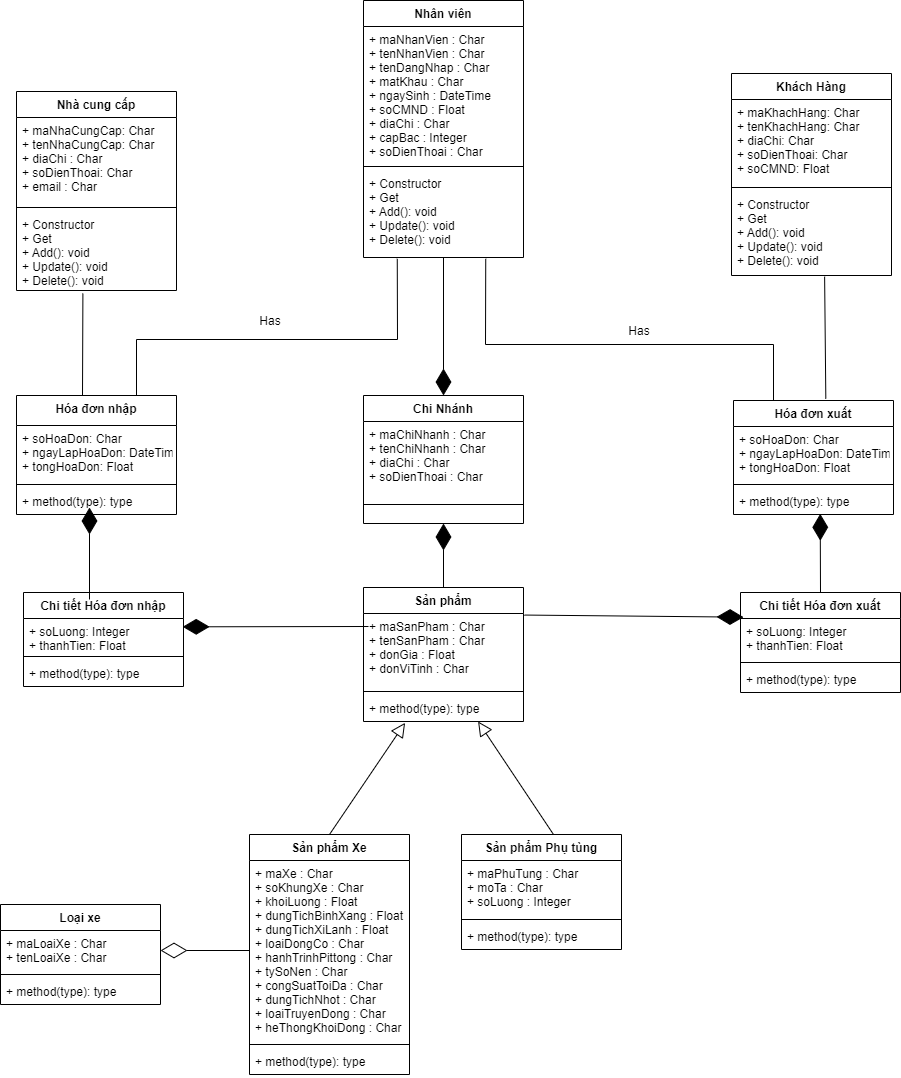
ChauCongTu/thiet-ke-linh-tinh keeps this draw.io diagram as Sơ Đồ Class.png. Above is the earlier version. Source tidied: cells renumbered, new cells last; positions are measured from the earlier drawing's top-left corner, leaving out a move shared by most shapes.
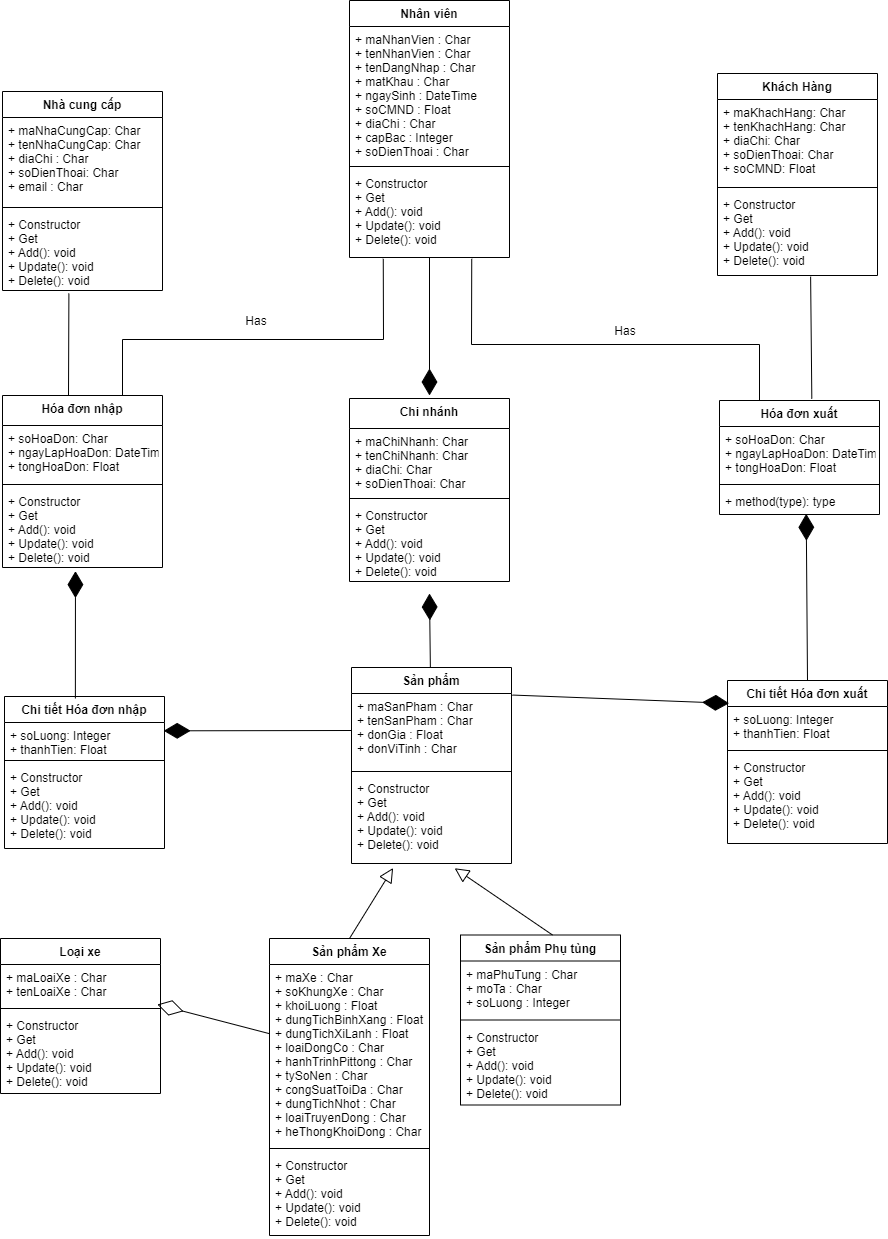
After the commit.

Commit message:
Cập nhật Sơ Đồ Class.png

Change to the diagram source:
```diff
@@ -2,15 +2,6 @@
   <root>
     <mxCell id="0" />
     <mxCell id="1" parent="0" />
-    <mxCell id="2" value="Chi Nhánh" style="swimlane;fontStyle=1;align=center;verticalAlign=top;horizontal=1;startSize=26;" parent="1" vertex="1">
-      <mxGeometry x="363" y="395" width="160" height="128" as="geometry" />
-    </mxCell>
-    <mxCell id="3" value="+ maChiNhanh : Char&#10;+ tenChiNhanh : Char&#10;+ diaChi : Char&#10;+ soDienThoai : Char" style="text;strokeColor=none;fillColor=none;align=left;verticalAlign=top;spacingLeft=4;spacingRight=4;overflow=hidden;" parent="2" vertex="1">
-      <mxGeometry y="26" width="160" height="64" as="geometry" />
-    </mxCell>
-    <mxCell id="4" style="line;strokeWidth=1;fillColor=none;align=left;verticalAlign=middle;spacingTop=-1;spacingLeft=3;spacingRight=3;labelPosition=right;strokeColor=inherit;" parent="2" vertex="1">
-      <mxGeometry y="90" width="160" height="38" as="geometry" />
-    </mxCell>
     <mxCell id="5" value="Khách Hàng" style="swimlane;fontStyle=1;align=center;verticalAlign=top;horizontal=1;startSize=26;" parent="1" vertex="1">
       <mxGeometry x="731" y="73" width="160" height="202" as="geometry" />
     </mxCell>
@@ -36,7 +27,7 @@
       <mxGeometry y="120" width="160" height="79" as="geometry" />
     </mxCell>
     <mxCell id="13" value="Hóa đơn nhập" style="swimlane;fontStyle=1;align=center;verticalAlign=top;horizontal=1;startSize=30;" parent="1" vertex="1">
-      <mxGeometry x="16" y="395" width="160" height="119" as="geometry" />
+      <mxGeometry x="16" y="395" width="160" height="172" as="geometry" />
     </mxCell>
     <mxCell id="14" value="+ soHoaDon: Char&#10;+ ngayLapHoaDon: DateTime&#10;+ tongHoaDon: Float" style="text;strokeColor=none;fillColor=none;align=left;verticalAlign=top;spacingLeft=4;spacingRight=4;overflow=hidden;" parent="13" vertex="1">
       <mxGeometry y="30" width="160" height="55" as="geometry" />
@@ -44,8 +35,8 @@
     <mxCell id="15" style="line;strokeWidth=1;fillColor=none;align=left;verticalAlign=middle;spacingTop=-1;spacingLeft=3;spacingRight=3;labelPosition=right;strokeColor=inherit;" parent="13" vertex="1">
       <mxGeometry y="85" width="160" height="8" as="geometry" />
     </mxCell>
-    <mxCell id="16" value="+ method(type): type" style="text;strokeColor=none;fillColor=none;align=left;verticalAlign=top;spacingLeft=4;spacingRight=4;overflow=hidden;points=[[0,0.5],[1,0.5]];portConstraint=eastwest;" parent="13" vertex="1">
-      <mxGeometry y="93" width="160" height="26" as="geometry" />
+    <mxCell id="16" value="+ Constructor&#10;+ Get&#10;+ Add(): void&#10;+ Update(): void&#10;+ Delete(): void" style="text;strokeColor=none;fillColor=none;align=left;verticalAlign=top;spacingLeft=4;spacingRight=4;overflow=hidden;points=[[0,0.5],[1,0.5]];portConstraint=eastwest;" parent="13" vertex="1">
+      <mxGeometry y="93" width="160" height="79" as="geometry" />
     </mxCell>
     <mxCell id="17" value="Nhân viên" style="swimlane;fontStyle=1;align=center;verticalAlign=top;horizontal=1;startSize=26;" parent="1" vertex="1">
       <mxGeometry x="363" width="160" height="257" as="geometry" />
@@ -60,7 +51,7 @@
       <mxGeometry y="170" width="160" height="87" as="geometry" />
     </mxCell>
     <mxCell id="21" value="Loại xe" style="swimlane;fontStyle=1;align=center;verticalAlign=top;horizontal=1;startSize=26;" parent="1" vertex="1">
-      <mxGeometry y="904" width="160" height="100" as="geometry" />
+      <mxGeometry x="14" y="938" width="160" height="155" as="geometry" />
     </mxCell>
     <mxCell id="22" value="+ maLoaiXe : Char&#10;+ tenLoaiXe : Char" style="text;strokeColor=none;fillColor=none;align=left;verticalAlign=top;spacingLeft=4;spacingRight=4;overflow=hidden;points=[[0,0.5],[1,0.5]];portConstraint=eastwest;" parent="21" vertex="1">
       <mxGeometry y="26" width="160" height="40" as="geometry" />
@@ -68,11 +59,11 @@
     <mxCell id="23" style="line;strokeWidth=1;fillColor=none;align=left;verticalAlign=middle;spacingTop=-1;spacingLeft=3;spacingRight=3;labelPosition=right;strokeColor=inherit;" parent="21" vertex="1">
       <mxGeometry y="66" width="160" height="8" as="geometry" />
     </mxCell>
-    <mxCell id="24" value="+ method(type): type" style="text;strokeColor=none;fillColor=none;align=left;verticalAlign=top;spacingLeft=4;spacingRight=4;overflow=hidden;" parent="21" vertex="1">
-      <mxGeometry y="74" width="160" height="26" as="geometry" />
+    <mxCell id="24" value="+ Constructor&#10;+ Get&#10;+ Add(): void&#10;+ Update(): void&#10;+ Delete(): void" style="text;strokeColor=none;fillColor=none;align=left;verticalAlign=top;spacingLeft=4;spacingRight=4;overflow=hidden;" parent="21" vertex="1">
+      <mxGeometry y="74" width="160" height="81" as="geometry" />
     </mxCell>
     <mxCell id="25" value="Sản phẩm Phụ tùng" style="swimlane;fontStyle=1;align=center;verticalAlign=top;horizontal=1;startSize=26;" parent="1" vertex="1">
-      <mxGeometry x="461" y="834" width="160" height="115" as="geometry" />
+      <mxGeometry x="474" y="934.5" width="160" height="170" as="geometry" />
     </mxCell>
     <mxCell id="26" value="+ maPhuTung : Char&#10;+ moTa : Char&#10;+ soLuong : Integer" style="text;strokeColor=none;fillColor=none;align=left;verticalAlign=top;spacingLeft=4;spacingRight=4;overflow=hidden;" parent="25" vertex="1">
       <mxGeometry y="26" width="160" height="55" as="geometry" />
@@ -80,11 +71,11 @@
     <mxCell id="27" style="line;strokeWidth=1;fillColor=none;align=left;verticalAlign=middle;spacingTop=-1;spacingLeft=3;spacingRight=3;labelPosition=right;strokeColor=inherit;" parent="25" vertex="1">
       <mxGeometry y="81" width="160" height="8" as="geometry" />
     </mxCell>
-    <mxCell id="28" value="+ method(type): type" style="text;strokeColor=none;fillColor=none;align=left;verticalAlign=top;spacingLeft=4;spacingRight=4;overflow=hidden;" parent="25" vertex="1">
-      <mxGeometry y="89" width="160" height="26" as="geometry" />
+    <mxCell id="28" value="+ Constructor&#10;+ Get&#10;+ Add(): void&#10;+ Update(): void&#10;+ Delete(): void" style="text;strokeColor=none;fillColor=none;align=left;verticalAlign=top;spacingLeft=4;spacingRight=4;overflow=hidden;" parent="25" vertex="1">
+      <mxGeometry y="89" width="160" height="81" as="geometry" />
     </mxCell>
     <mxCell id="29" value="Sản phẩm Xe" style="swimlane;fontStyle=1;align=center;verticalAlign=top;horizontal=1;startSize=26;" parent="1" vertex="1">
-      <mxGeometry x="249" y="834" width="160" height="240" as="geometry" />
+      <mxGeometry x="283" y="938" width="160" height="297" as="geometry" />
     </mxCell>
     <mxCell id="30" value="+ maXe : Char&#10;+ soKhungXe : Char&#10;+ khoiLuong : Float&#10;+ dungTichBinhXang : Float&#10;+ dungTichXiLanh : Float&#10;+ loaiDongCo : Char&#10;+ hanhTrinhPittong : Char&#10;+ tySoNen : Char&#10;+ congSuatToiDa : Char&#10;+ dungTichNhot : Char&#10;+ loaiTruyenDong : Char&#10;+ heThongKhoiDong : Char" style="text;strokeColor=none;fillColor=none;align=left;verticalAlign=top;spacingLeft=4;spacingRight=4;overflow=hidden;points=[[0,0.5],[1,0.5]];portConstraint=eastwest;" parent="29" vertex="1">
       <mxGeometry y="26" width="160" height="180" as="geometry" />
@@ -92,11 +83,11 @@
     <mxCell id="31" style="line;strokeWidth=1;fillColor=none;align=left;verticalAlign=middle;spacingTop=-1;spacingLeft=3;spacingRight=3;labelPosition=right;strokeColor=inherit;" parent="29" vertex="1">
       <mxGeometry y="206" width="160" height="8" as="geometry" />
     </mxCell>
-    <mxCell id="32" value="+ method(type): type" style="text;strokeColor=none;fillColor=none;align=left;verticalAlign=top;spacingLeft=4;spacingRight=4;overflow=hidden;" parent="29" vertex="1">
-      <mxGeometry y="214" width="160" height="26" as="geometry" />
+    <mxCell id="32" value="+ Constructor&#10;+ Get&#10;+ Add(): void&#10;+ Update(): void&#10;+ Delete(): void" style="text;strokeColor=none;fillColor=none;align=left;verticalAlign=top;spacingLeft=4;spacingRight=4;overflow=hidden;" parent="29" vertex="1">
+      <mxGeometry y="214" width="160" height="83" as="geometry" />
     </mxCell>
     <mxCell id="33" value="Sản phẩm" style="swimlane;fontStyle=1;align=center;verticalAlign=top;horizontal=1;startSize=26;" parent="1" vertex="1">
-      <mxGeometry x="363" y="587" width="160" height="134" as="geometry" />
+      <mxGeometry x="365" y="667" width="160" height="196" as="geometry" />
     </mxCell>
     <mxCell id="34" value="+ maSanPham : Char&#10;+ tenSanPham : Char&#10;+ donGia : Float&#10;+ donViTinh : Char" style="text;strokeColor=none;fillColor=none;align=left;verticalAlign=top;spacingLeft=4;spacingRight=4;overflow=hidden;points=[[0,0.5],[1,0.5]];portConstraint=eastwest;" parent="33" vertex="1">
       <mxGeometry y="26" width="160" height="74" as="geometry" />
@@ -104,11 +95,11 @@
     <mxCell id="35" style="line;strokeWidth=1;fillColor=none;align=left;verticalAlign=middle;spacingTop=-1;spacingLeft=3;spacingRight=3;labelPosition=right;strokeColor=inherit;" parent="33" vertex="1">
       <mxGeometry y="100" width="160" height="8" as="geometry" />
     </mxCell>
-    <mxCell id="36" value="+ method(type): type" style="text;strokeColor=none;fillColor=none;align=left;verticalAlign=top;spacingLeft=4;spacingRight=4;overflow=hidden;points=[[0,0.5],[1,0.5]];portConstraint=eastwest;" parent="33" vertex="1">
-      <mxGeometry y="108" width="160" height="26" as="geometry" />
+    <mxCell id="36" value="+ Constructor&#10;+ Get&#10;+ Add(): void&#10;+ Update(): void&#10;+ Delete(): void" style="text;strokeColor=none;fillColor=none;align=left;verticalAlign=top;spacingLeft=4;spacingRight=4;overflow=hidden;points=[[0,0.5],[1,0.5]];portConstraint=eastwest;" parent="33" vertex="1">
+      <mxGeometry y="108" width="160" height="88" as="geometry" />
     </mxCell>
     <mxCell id="37" value="Chi tiết Hóa đơn xuất" style="swimlane;fontStyle=1;align=center;verticalAlign=top;horizontal=1;startSize=26;" parent="1" vertex="1">
-      <mxGeometry x="740" y="592" width="160" height="100" as="geometry" />
+      <mxGeometry x="741" y="680" width="160" height="163" as="geometry" />
     </mxCell>
     <mxCell id="38" value="+ soLuong: Integer&#10;+ thanhTien: Float" style="text;strokeColor=none;fillColor=none;align=left;verticalAlign=top;spacingLeft=4;spacingRight=4;overflow=hidden;" parent="37" vertex="1">
       <mxGeometry y="26" width="160" height="40" as="geometry" />
@@ -116,11 +107,11 @@
     <mxCell id="39" style="line;strokeWidth=1;fillColor=none;align=left;verticalAlign=middle;spacingTop=-1;spacingLeft=3;spacingRight=3;labelPosition=right;strokeColor=inherit;" parent="37" vertex="1">
       <mxGeometry y="66" width="160" height="8" as="geometry" />
     </mxCell>
-    <mxCell id="40" value="+ method(type): type" style="text;strokeColor=none;fillColor=none;align=left;verticalAlign=top;spacingLeft=4;spacingRight=4;overflow=hidden;" parent="37" vertex="1">
-      <mxGeometry y="74" width="160" height="26" as="geometry" />
+    <mxCell id="40" value="+ Constructor&#10;+ Get&#10;+ Add(): void&#10;+ Update(): void&#10;+ Delete(): void" style="text;strokeColor=none;fillColor=none;align=left;verticalAlign=top;spacingLeft=4;spacingRight=4;overflow=hidden;" parent="37" vertex="1">
+      <mxGeometry y="74" width="160" height="89" as="geometry" />
     </mxCell>
     <mxCell id="41" value="Chi tiết Hóa đơn nhập" style="swimlane;fontStyle=1;align=center;verticalAlign=top;horizontal=1;startSize=26;" parent="1" vertex="1">
-      <mxGeometry x="23" y="592" width="160" height="94" as="geometry" />
+      <mxGeometry x="18" y="696" width="160" height="152" as="geometry" />
     </mxCell>
     <mxCell id="42" value="+ soLuong: Integer&#10;+ thanhTien: Float" style="text;strokeColor=none;fillColor=none;align=left;verticalAlign=top;spacingLeft=4;spacingRight=4;overflow=hidden;points=[[0,0.5],[1,0.5]];portConstraint=eastwest;" parent="41" vertex="1">
       <mxGeometry y="26" width="160" height="34" as="geometry" />
@@ -128,8 +119,8 @@
     <mxCell id="43" style="line;strokeWidth=1;fillColor=none;align=left;verticalAlign=middle;spacingTop=-1;spacingLeft=3;spacingRight=3;labelPosition=right;strokeColor=inherit;" parent="41" vertex="1">
       <mxGeometry y="60" width="160" height="8" as="geometry" />
     </mxCell>
-    <mxCell id="44" value="+ method(type): type" style="text;strokeColor=none;fillColor=none;align=left;verticalAlign=top;spacingLeft=4;spacingRight=4;overflow=hidden;" parent="41" vertex="1">
-      <mxGeometry y="68" width="160" height="26" as="geometry" />
+    <mxCell id="44" value="+ Constructor&#10;+ Get&#10;+ Add(): void&#10;+ Update(): void&#10;+ Delete(): void" style="text;strokeColor=none;fillColor=none;align=left;verticalAlign=top;spacingLeft=4;spacingRight=4;overflow=hidden;" parent="41" vertex="1">
+      <mxGeometry y="68" width="160" height="84" as="geometry" />
     </mxCell>
     <mxCell id="45" value="Hóa đơn xuất" style="swimlane;fontStyle=1;align=center;verticalAlign=top;horizontal=1;startSize=26;" parent="1" vertex="1">
       <mxGeometry x="733" y="400" width="160" height="114" as="geometry" />
@@ -143,11 +134,15 @@
     <mxCell id="48" value="+ method(type): type" style="text;strokeColor=none;fillColor=none;align=left;verticalAlign=top;spacingLeft=4;spacingRight=4;overflow=hidden;points=[[0,0.5],[1,0.5]];portConstraint=eastwest;" parent="45" vertex="1">
       <mxGeometry y="88" width="160" height="26" as="geometry" />
     </mxCell>
-    <mxCell id="49" style="endArrow=diamondThin;endFill=1;endSize=24;html=1;rounded=0;entryX=0.5;entryY=1;entryDx=0;entryDy=0;" parent="1" edge="1" source="33" target="2">
-      <mxGeometry relative="1" as="geometry" />
+    <mxCell id="49" style="endArrow=diamondThin;endFill=1;endSize=24;html=1;rounded=0;entryX=0.5;entryY=1;entryDx=0;entryDy=0;" parent="1" edge="1" source="33">
+      <mxGeometry relative="1" as="geometry">
+        <mxPoint x="443" y="593" as="targetPoint" />
+      </mxGeometry>
     </mxCell>
-    <mxCell id="50" style="endArrow=diamondThin;endFill=1;endSize=24;html=1;rounded=0;entryX=0.5;entryY=0;entryDx=0;entryDy=0;" parent="1" edge="1" source="20" target="2">
-      <mxGeometry relative="1" as="geometry" />
+    <mxCell id="50" style="endArrow=diamondThin;endFill=1;endSize=24;html=1;rounded=0;entryX=0.5;entryY=0;entryDx=0;entryDy=0;" parent="1" edge="1" source="20">
+      <mxGeometry relative="1" as="geometry">
+        <mxPoint x="443" y="395" as="targetPoint" />
+      </mxGeometry>
     </mxCell>
     <mxCell id="51" value="Has&lt;span style=&quot;color: rgba(0, 0, 0, 0); font-family: monospace; font-size: 0px; text-align: start;&quot;&gt;%3CmxGraphModel%3E%3Croot%3E%3CmxCell%20id%3D%220%22%2F%3E%3CmxCell%20id%3D%221%22%20parent%3D%220%22%2F%3E%3CmxCell%20id%3D%222%22%20value%3D%22%22%20style%3D%22endArrow%3Dnone%3Bhtml%3D1%3Brounded%3D0%3BexitX%3D1%3BexitY%3D0.25%3BexitDx%3D0%3BexitDy%3D0%3B%22%20edge%3D%221%22%20parent%3D%221%22%3E%3CmxGeometry%20width%3D%2250%22%20height%3D%2250%22%20relative%3D%221%22%20as%3D%22geometry%22%3E%3CmxPoint%20x%3D%22667%22%20y%3D%22139%22%20as%3D%22sourcePoint%22%2F%3E%3CmxPoint%20x%3D%22881%22%20y%3D%22139.72789115646253%22%20as%3D%22targetPoint%22%2F%3E%3C%2FmxGeometry%3E%3C%2FmxCell%3E%3C%2Froot%3E%3C%2FmxGraphModel%3E&lt;/span&gt;" style="text;html=1;strokeColor=none;fillColor=none;align=center;verticalAlign=middle;whiteSpace=wrap;rounded=0;" parent="1" vertex="1">
       <mxGeometry x="609" y="316" width="60" height="30" as="geometry" />
@@ -174,29 +169,20 @@
     <mxCell id="55" style="endArrow=diamondThin;endFill=1;endSize=24;html=1;rounded=0;exitX=0.5;exitY=0;exitDx=0;exitDy=0;entryX=0.542;entryY=0.974;entryDx=0;entryDy=0;entryPerimeter=0;" parent="1" edge="1" source="37" target="48">
       <mxGeometry relative="1" as="geometry" />
     </mxCell>
-    <mxCell id="56" style="endArrow=diamondThin;endFill=1;endSize=24;html=1;rounded=0;" parent="1" edge="1">
-      <mxGeometry relative="1" as="geometry">
-        <mxPoint x="89" y="599" as="sourcePoint" />
-        <mxPoint x="89" y="507" as="targetPoint" />
-      </mxGeometry>
+    <mxCell id="56" style="endArrow=diamondThin;endFill=1;endSize=24;html=1;rounded=0;entryX=0.456;entryY=1.046;entryDx=0;entryDy=0;entryPerimeter=0;exitX=0.443;exitY=0.013;exitDx=0;exitDy=0;exitPerimeter=0;" parent="1" edge="1" source="41" target="16">
+      <mxGeometry relative="1" as="geometry" />
     </mxCell>
     <mxCell id="57" style="edgeStyle=none;html=1;endSize=12;endArrow=block;endFill=0;rounded=0;entryX=0.26;entryY=1.051;entryDx=0;entryDy=0;entryPerimeter=0;exitX=0.5;exitY=0;exitDx=0;exitDy=0;" parent="1" edge="1" source="29" target="36">
       <mxGeometry relative="1" as="geometry" />
     </mxCell>
-    <mxCell id="58" style="edgeStyle=none;html=1;endSize=12;endArrow=block;endFill=0;rounded=0;entryX=0.26;entryY=1.051;entryDx=0;entryDy=0;entryPerimeter=0;exitX=0.575;exitY=0;exitDx=0;exitDy=0;exitPerimeter=0;" parent="1" edge="1" source="25">
-      <mxGeometry relative="1" as="geometry">
-        <mxPoint x="477.6" y="721" as="targetPoint" />
-      </mxGeometry>
+    <mxCell id="58" style="edgeStyle=none;html=1;endSize=12;endArrow=block;endFill=0;rounded=0;entryX=0.645;entryY=1.054;entryDx=0;entryDy=0;entryPerimeter=0;exitX=0.575;exitY=0;exitDx=0;exitDy=0;exitPerimeter=0;" parent="1" edge="1" source="25" target="36">
+      <mxGeometry relative="1" as="geometry" />
     </mxCell>
-    <mxCell id="59" style="endArrow=diamondThin;endFill=1;endSize=24;html=1;rounded=0;entryX=0.995;entryY=0.245;entryDx=0;entryDy=0;entryPerimeter=0;" parent="1" edge="1" target="42">
-      <mxGeometry relative="1" as="geometry">
-        <mxPoint x="368" y="626" as="sourcePoint" />
-      </mxGeometry>
+    <mxCell id="59" style="endArrow=diamondThin;endFill=1;endSize=24;html=1;rounded=0;entryX=0.995;entryY=0.245;entryDx=0;entryDy=0;entryPerimeter=0;exitX=0;exitY=0.5;exitDx=0;exitDy=0;" parent="1" edge="1" source="34" target="42">
+      <mxGeometry relative="1" as="geometry" />
     </mxCell>
-    <mxCell id="60" style="endArrow=diamondThin;endFill=1;endSize=24;html=1;rounded=0;entryX=0.995;entryY=0.245;entryDx=0;entryDy=0;exitX=1.006;exitY=0.021;exitDx=0;exitDy=0;exitPerimeter=0;entryPerimeter=0;" parent="1" edge="1" source="34">
-      <mxGeometry relative="1" as="geometry">
-        <mxPoint x="743" y="616.7" as="targetPoint" />
-      </mxGeometry>
+    <mxCell id="60" style="endArrow=diamondThin;endFill=1;endSize=24;html=1;rounded=0;entryX=0.01;entryY=0.14;entryDx=0;entryDy=0;exitX=1.006;exitY=0.021;exitDx=0;exitDy=0;exitPerimeter=0;entryPerimeter=0;" parent="1" edge="1" source="34" target="37">
+      <mxGeometry relative="1" as="geometry" />
     </mxCell>
     <mxCell id="61" style="endArrow=diamondThin;endFill=0;endSize=24;html=1;rounded=0;" parent="1" edge="1" source="30" target="22">
       <mxGeometry relative="1" as="geometry" />
@@ -209,5 +195,17 @@
     <mxCell id="63" style="endArrow=none;html=1;rounded=0;exitX=0.577;exitY=-0.016;exitDx=0;exitDy=0;exitPerimeter=0;entryX=0.582;entryY=1.013;entryDx=0;entryDy=0;entryPerimeter=0;" parent="1" edge="1" source="45" target="8">
       <mxGeometry relative="1" as="geometry" />
     </mxCell>
+    <mxCell id="64" value="Chi nhánh" style="swimlane;fontStyle=1;align=center;verticalAlign=top;horizontal=1;startSize=30;" parent="1" vertex="1">
+      <mxGeometry x="363" y="398" width="160" height="183" as="geometry" />
+    </mxCell>
+    <mxCell id="65" value="+ maChiNhanh: Char&#10;+ tenChiNhanh: Char&#10;+ diaChi: Char&#10;+ soDienThoai: Char" style="text;strokeColor=none;fillColor=none;align=left;verticalAlign=top;spacingLeft=4;spacingRight=4;overflow=hidden;" parent="64" vertex="1">
+      <mxGeometry y="30" width="160" height="66" as="geometry" />
+    </mxCell>
+    <mxCell id="66" style="line;strokeWidth=1;fillColor=none;align=left;verticalAlign=middle;spacingTop=-1;spacingLeft=3;spacingRight=3;labelPosition=right;strokeColor=inherit;" parent="64" vertex="1">
+      <mxGeometry y="96" width="160" height="8" as="geometry" />
+    </mxCell>
+    <mxCell id="67" value="+ Constructor&#10;+ Get&#10;+ Add(): void&#10;+ Update(): void&#10;+ Delete(): void" style="text;strokeColor=none;fillColor=none;align=left;verticalAlign=top;spacingLeft=4;spacingRight=4;overflow=hidden;" parent="64" vertex="1">
+      <mxGeometry y="104" width="160" height="79" as="geometry" />
+    </mxCell>
   </root>
 </mxGraphModel>
```
